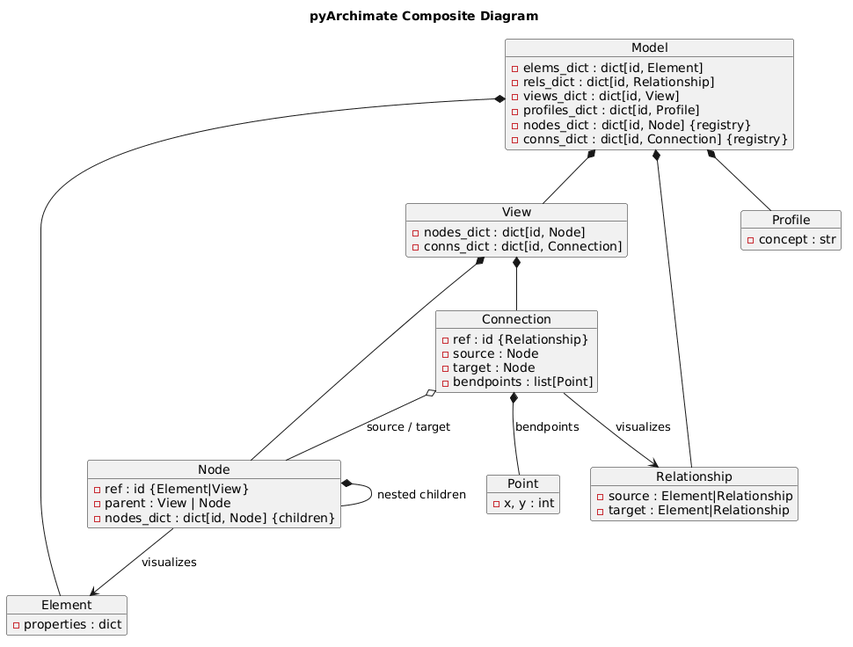
The PlantUML diagram docs/diagrams/composite.png in pyArchimate/pyArchimate, before a commit.
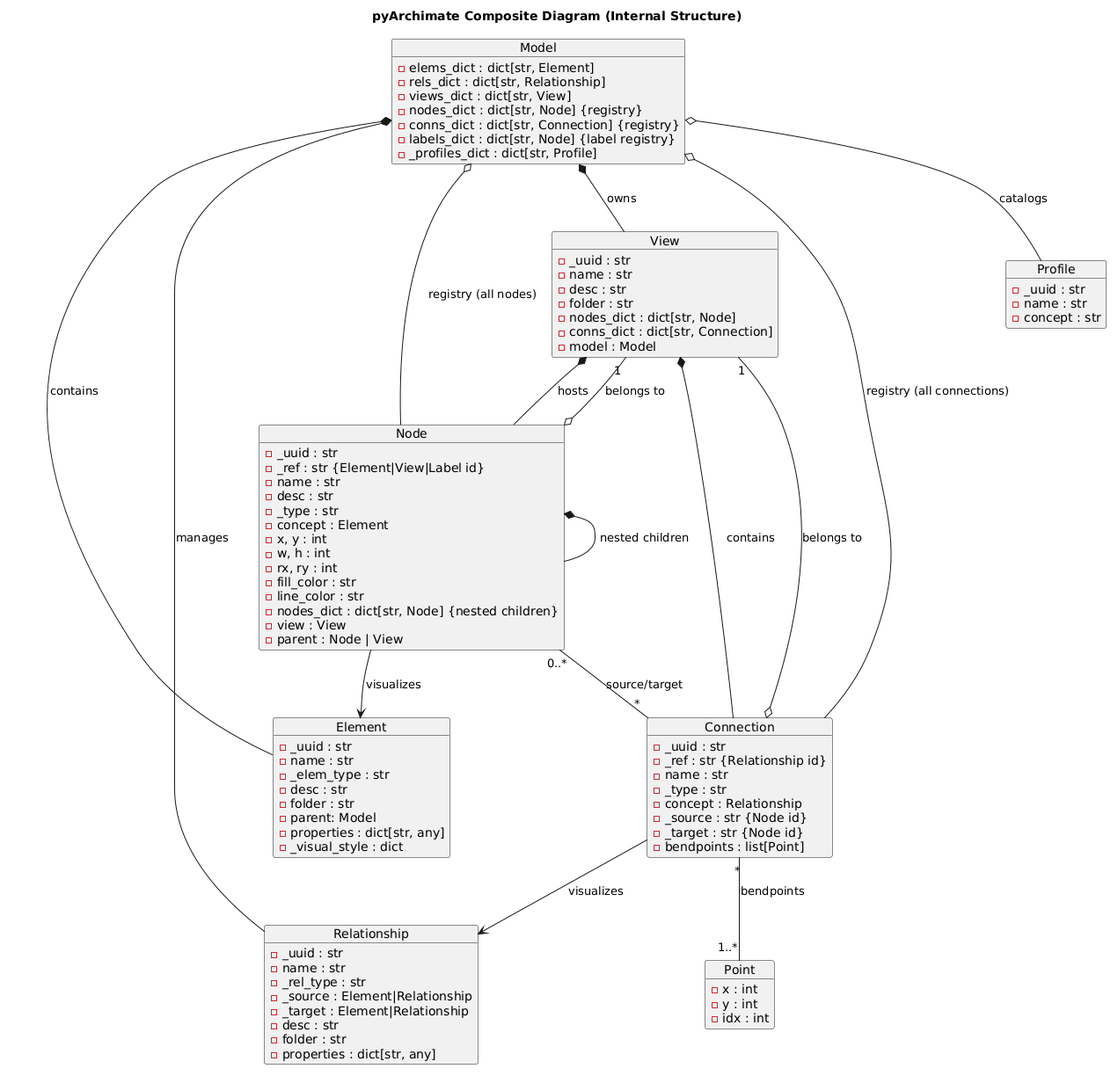
Later version of the same file.

Change to the diagram source:
```diff
@@ -1,62 +1,104 @@
 @startuml
-title pyArchimate Composite Diagram
+title pyArchimate Composite Diagram (Internal Structure)
 
 object Model {
-  - elems_dict : dict[id, Element]
-  - rels_dict : dict[id, Relationship]
-  - views_dict : dict[id, View]
-  - profiles_dict : dict[id, Profile]
-  - nodes_dict : dict[id, Node] {registry}
-  - conns_dict : dict[id, Connection] {registry}
+  - elems_dict : dict[str, Element]
+  - rels_dict : dict[str, Relationship]
+  - views_dict : dict[str, View]
+  - nodes_dict : dict[str, Node] {registry}
+  - conns_dict : dict[str, Connection] {registry}
+  - labels_dict : dict[str, Node] {label registry}
+  - _profiles_dict : dict[str, Profile]
 }
 
 object Element {
-  - properties : dict
+  - _uuid : str
+  - name : str
+  - _elem_type : str
+  - desc : str
+  - folder : str
+  - parent: Model
+  - properties : dict[str, any]
+  - _visual_style : dict
 }
 
 object Relationship {
-  - source : Element|Relationship
-  - target : Element|Relationship
+  - _uuid : str
+  - name : str
+  - _rel_type : str
+  - _source : Element|Relationship
+  - _target : Element|Relationship
+  - desc : str
+  - folder : str
+  - properties : dict[str, any]
 }
 
 object Profile {
+  - _uuid : str
+  - name : str
   - concept : str
 }
 
 object View {
-  - nodes_dict : dict[id, Node]
-  - conns_dict : dict[id, Connection]
+  - _uuid : str
+  - name : str
+  - desc : str
+  - folder : str
+  - nodes_dict : dict[str, Node]
+  - conns_dict : dict[str, Connection]
+  - model : Model
 }
 
 object Node {
-  - ref : id {Element|View}
-  - parent : View | Node
-  - nodes_dict : dict[id, Node] {children}
+  - _uuid : str
+  - _ref : str {Element|View|Label id}
+  - name : str
+  - desc : str
+  - _type : str
+  - concept : Element
+  - x, y : int
+  - w, h : int
+  - rx, ry : int
+  - fill_color : str
+  - line_color : str
+  - nodes_dict : dict[str, Node] {nested children}
+  - view : View
+  - parent : Node | View
 }
 
 object Connection {
-  - ref : id {Relationship}
-  - source : Node
-  - target : Node
+  - _uuid : str
+  - _ref : str {Relationship id}
+  - name : str
+  - _type : str
+  - concept : Relationship
+  - _source : str {Node id}
+  - _target : str {Node id}
   - bendpoints : list[Point]
 }
 
 object Point {
-  - x, y : int
+  - x : int
+  - y : int
+  - idx : int
 }
 
-Model *-- Element
-Model *-- Relationship
-Model *-- View
-Model *-- Profile
+Model *-- Element : contains
+Model *-- Relationship : manages
+Model *-- View : owns
+Model o-- Profile : catalogs
+Model o-- Node : registry (all nodes)
+Model o-- Connection : registry (all connections)
 
-View *-- Node
-View *-- Connection
+View *-- Node : hosts
+View *-- Connection : contains
 
 Node --> Element : visualizes
 Node *-- Node : nested children
+Node o-- "1" View : belongs to
+Node "0..*" -- "*" Connection : source/target
 
 Connection --> Relationship : visualizes
-Connection o-- Node : source / target
-Connection *-- Point : bendpoints
+Connection o-- "1" View : belongs to
+Connection "*" -- "1..*" Point : bendpoints
 @enduml
```
